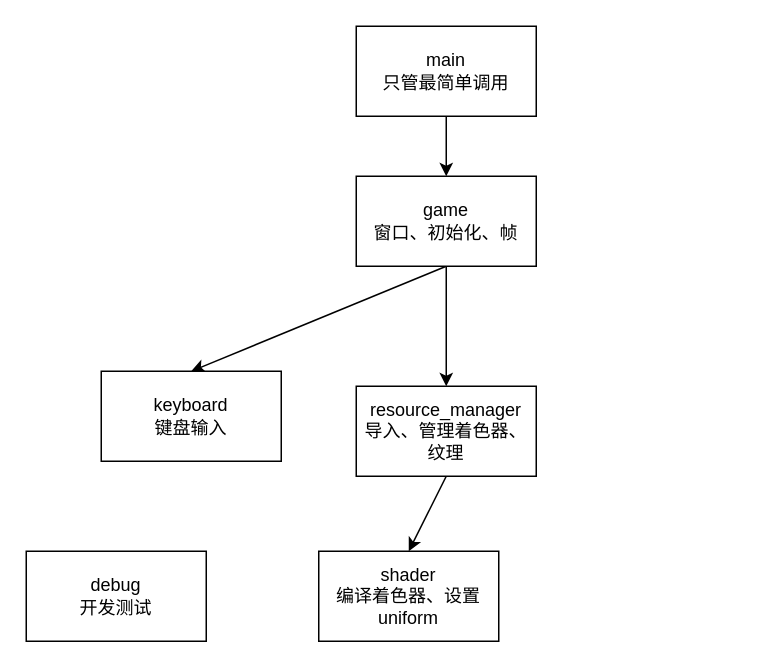
HFBYM/breakout_redux keeps this draw.io diagram as architecture.drawio. Above is the earlier version. Source tidied: cells renumbered, new cells numbered last; positions are measured from the earlier drawing's top-left corner, leaving out a move shared by most shapes. Both pictures are drawn from the tidied source at 150%, with x=0, y=0 at pixel (26, 26).
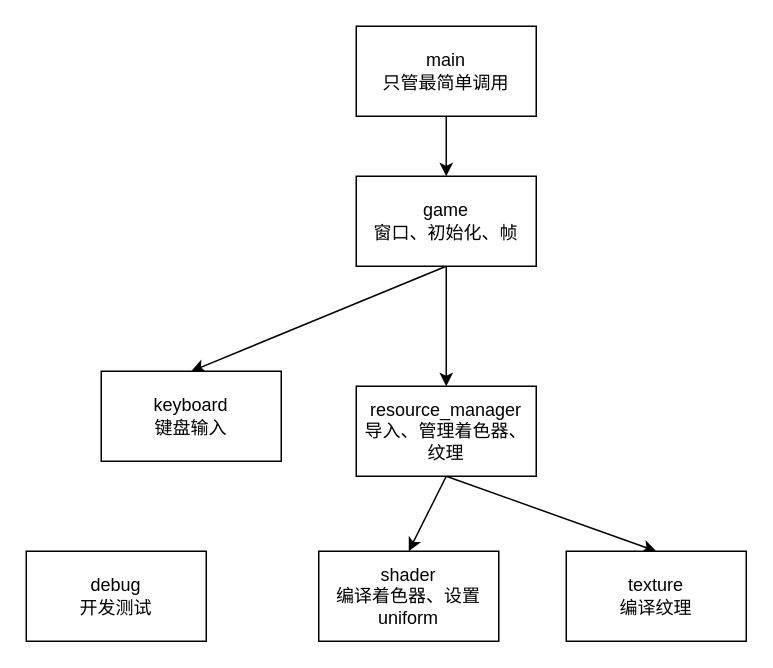
Above is the later version.

Commit message (it also covers changes not shown here):
new filse: shader and texture

What changed in the source:
```diff
@@
 <mxGraphModel>
   <root>
     <mxCell id="0" />
     <mxCell id="1" parent="0" />
     <mxCell id="2" style="edgeStyle=none;html=1;" parent="1" edge="1" source="3" target="6">
       <mxGeometry relative="1" as="geometry" />
     </mxCell>
     <mxCell id="3" value="main&lt;br&gt;只管最简单调用" style="rounded=0;whiteSpace=wrap;html=1;" parent="1" vertex="1">
       <mxGeometry x="220" width="120" height="60" as="geometry" />
     </mxCell>
     <mxCell id="4" style="edgeStyle=none;html=1;exitX=0.5;exitY=1;exitDx=0;exitDy=0;entryX=0.5;entryY=0;entryDx=0;entryDy=0;" parent="1" edge="1" source="6" target="8">
       <mxGeometry relative="1" as="geometry" />
     </mxCell>
     <mxCell id="5" style="edgeStyle=none;html=1;" parent="1" edge="1" source="6" target="10">
       <mxGeometry relative="1" as="geometry" />
     </mxCell>
     <mxCell id="6" value="game&lt;br&gt;窗口、初始化、帧" style="rounded=0;whiteSpace=wrap;html=1;" parent="1" vertex="1">
       <mxGeometry x="220" y="100" width="120" height="60" as="geometry" />
     </mxCell>
     <mxCell id="7" value="debug&lt;br&gt;开发测试" style="rounded=0;whiteSpace=wrap;html=1;" parent="1" vertex="1">
       <mxGeometry y="350" width="120" height="60" as="geometry" />
     </mxCell>
     <mxCell id="8" value="keyboard&lt;br&gt;键盘输入" style="rounded=0;whiteSpace=wrap;html=1;" parent="1" vertex="1">
       <mxGeometry x="50" y="230" width="120" height="60" as="geometry" />
     </mxCell>
     <mxCell id="9" style="edgeStyle=none;html=1;exitX=0.5;exitY=1;exitDx=0;exitDy=0;entryX=0.5;entryY=0;entryDx=0;entryDy=0;" parent="1" edge="1" source="10" target="11">
       <mxGeometry relative="1" as="geometry" />
     </mxCell>
+    <mxCell id="12" style="edgeStyle=none;html=1;exitX=0.5;exitY=1;exitDx=0;exitDy=0;entryX=0.5;entryY=0;entryDx=0;entryDy=0;" parent="1" edge="1" source="10" target="13">
+      <mxGeometry relative="1" as="geometry" />
+    </mxCell>
     <mxCell id="10" value="resource_manager&lt;br&gt;导入、管理着色器、纹理" style="rounded=0;whiteSpace=wrap;html=1;" parent="1" vertex="1">
       <mxGeometry x="220" y="240" width="120" height="60" as="geometry" />
     </mxCell>
     <mxCell id="11" value="shader&lt;br&gt;编译着色器、设置uniform" style="rounded=0;whiteSpace=wrap;html=1;" parent="1" vertex="1">
       <mxGeometry x="195" y="350" width="120" height="60" as="geometry" />
     </mxCell>
+    <mxCell id="13" value="texture&lt;br&gt;编译纹理" style="rounded=0;whiteSpace=wrap;html=1;" parent="1" vertex="1">
+      <mxGeometry x="360" y="350" width="120" height="60" as="geometry" />
+    </mxCell>
   </root>
 </mxGraphModel>
```
